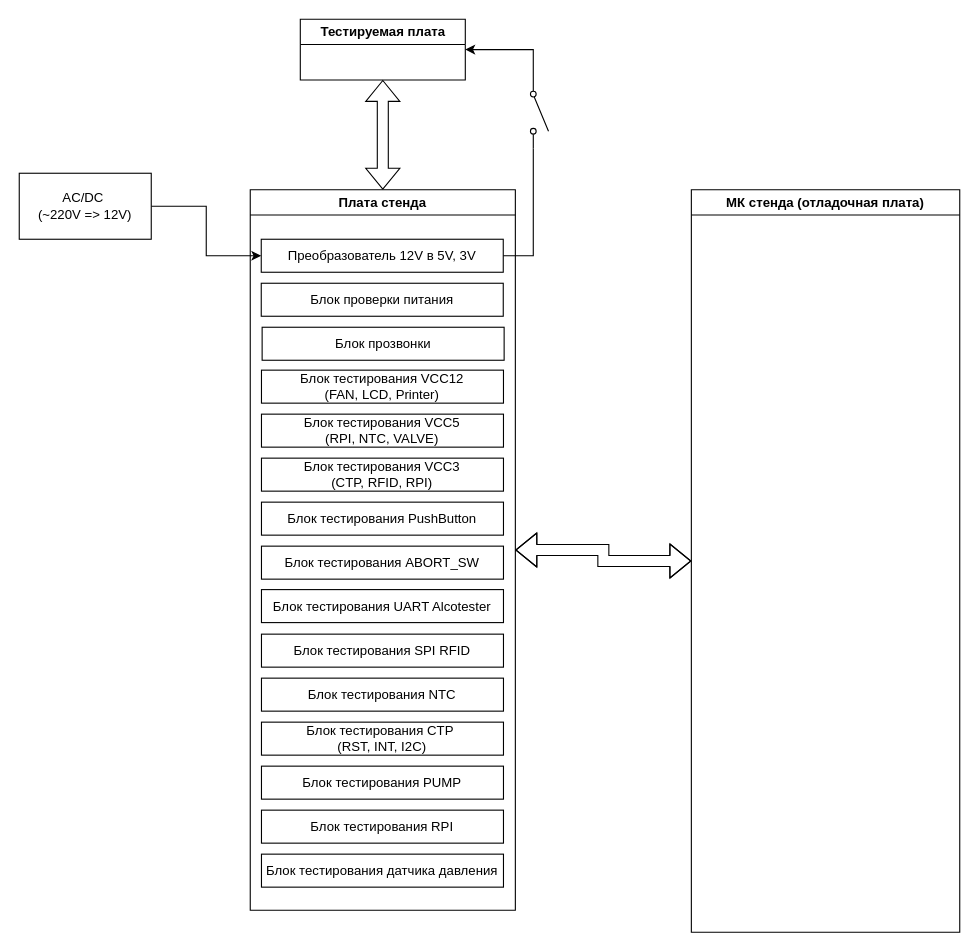
The draw.io diagram page "Общая схема" (1 of 5) of Schema-BTS/BTS_блок-схема.drawio in SovoN-Niko/Diagrams, before the edit. Source tidied: cells renumbered, new cells numbered last; positions are measured from the earlier drawing's top-left corner, leaving out a move shared by most shapes. Both pictures are drawn from the tidied source at 110%, with x=0, y=0 at pixel (19, 19).
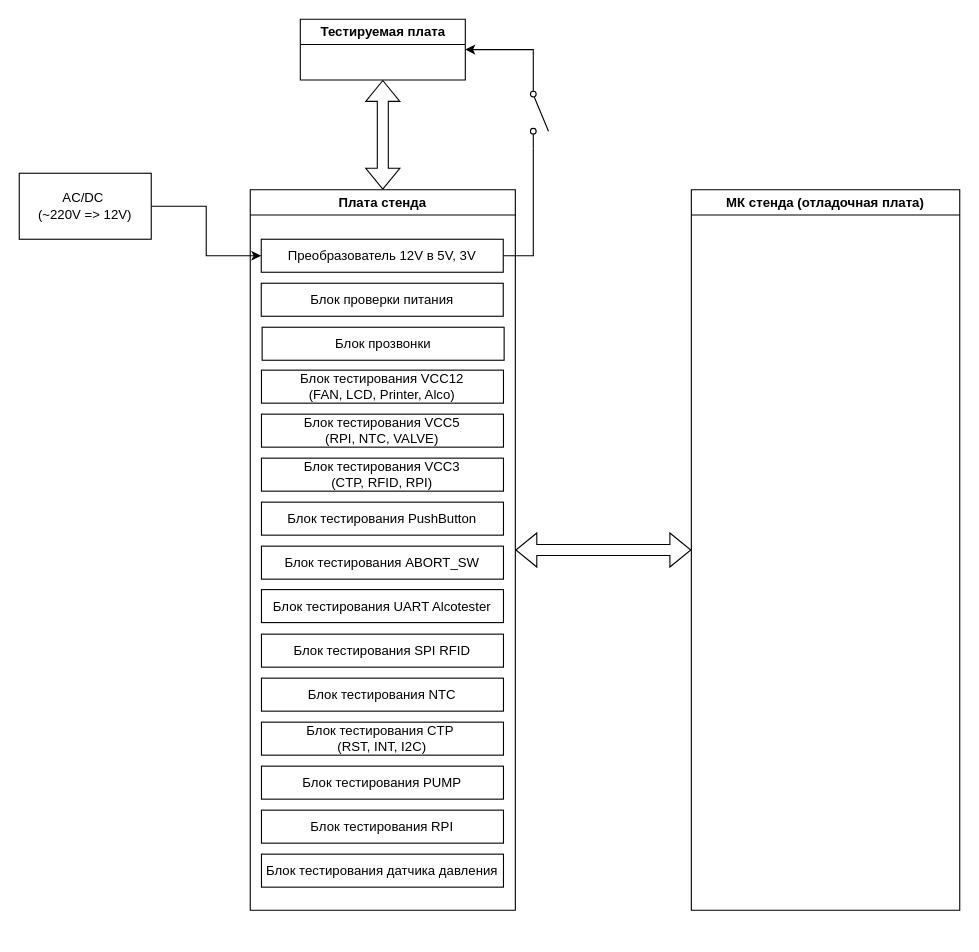
The same page after the edit.

The change refers to these unchanged cells:
```xml
<mxCell id="4" value="Плата стенда" style="swimlane;whiteSpace=wrap;html=1;startSize=23;" parent="1" vertex="1">
  <mxGeometry x="210" y="155" width="241" height="655" as="geometry" />
</mxCell>
```

Change to the diagram source:
```diff
@@
-    <mxCell id="6" value="Блок тестирования VCC12&lt;div&gt;(FAN, LCD, Printer)&lt;/div&gt;" style="rounded=0;whiteSpace=wrap;html=1;" parent="4" vertex="1">
+    <mxCell id="6" value="Блок тестирования VCC12&lt;div&gt;(FAN, LCD, Printer, Alco)&lt;/div&gt;" style="rounded=0;whiteSpace=wrap;html=1;" parent="4" vertex="1">
       <mxGeometry x="10.2" y="164" width="220" height="30" as="geometry" />
     </mxCell>
@@
     <mxCell id="20" value="МК стенда (отладочная плата)" style="swimlane;whiteSpace=wrap;html=1;" parent="1" vertex="1">
-      <mxGeometry x="611" y="155" width="244" height="675" as="geometry" />
+      <mxGeometry x="611" y="155" width="244" height="655" as="geometry" />
     </mxCell>
```
